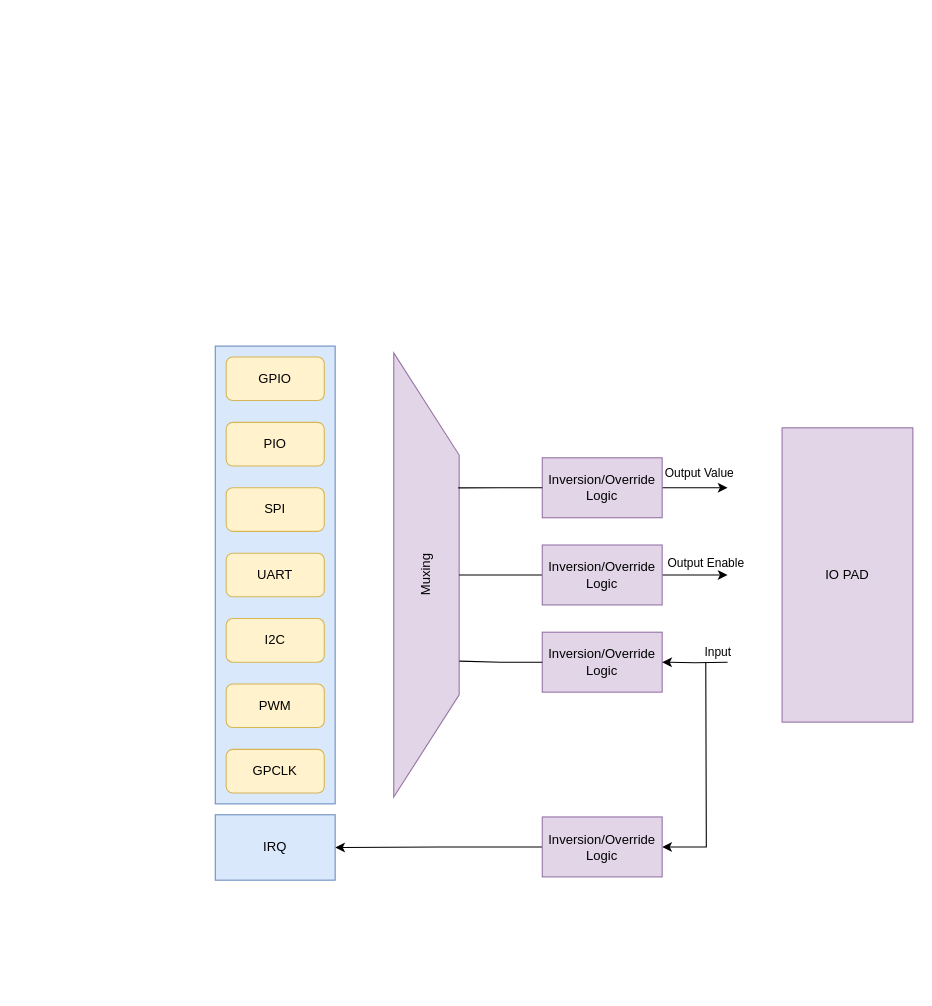
Earlier version of the draw.io diagram rp2040.drawio (f23505106/drawio). Source tidied: cells renumbered, new cells numbered last; positions are measured from the earlier drawing's top-left corner, leaving out a move shared by most shapes. Both pictures are drawn from the tidied source at 109%, with x=0, y=0 at pixel (204, 346).
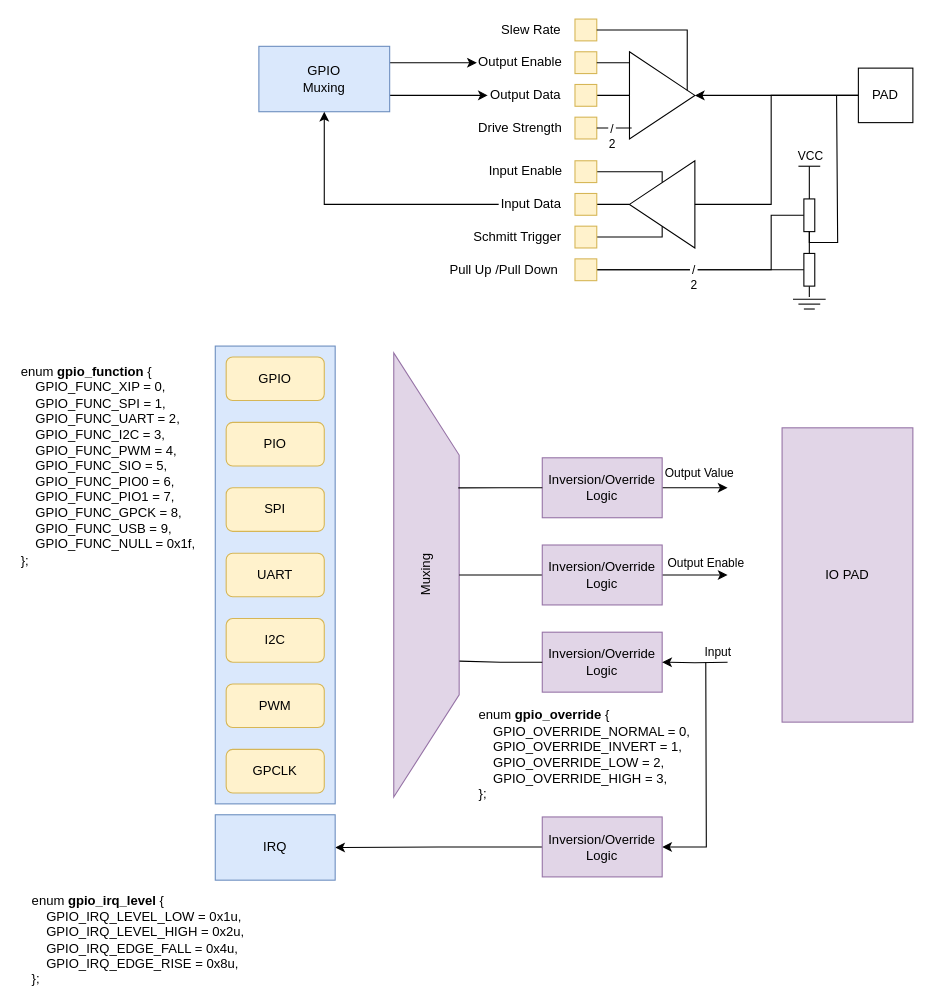
The same diagram, later.

What changed in the source:
```diff
@@
+    <mxCell id="28" value="&lt;div&gt;enum &lt;b&gt;gpio_function&lt;/b&gt; {&lt;/div&gt;&lt;div&gt;&amp;nbsp; &amp;nbsp; GPIO_FUNC_XIP = 0,&lt;/div&gt;&lt;div&gt;&amp;nbsp; &amp;nbsp; GPIO_FUNC_SPI = 1,&lt;/div&gt;&lt;div&gt;&amp;nbsp; &amp;nbsp; GPIO_FUNC_UART = 2,&lt;/div&gt;&lt;div&gt;&amp;nbsp; &amp;nbsp; GPIO_FUNC_I2C = 3,&lt;/div&gt;&lt;div&gt;&amp;nbsp; &amp;nbsp; GPIO_FUNC_PWM = 4,&lt;/div&gt;&lt;div&gt;&amp;nbsp; &amp;nbsp; GPIO_FUNC_SIO = 5,&lt;/div&gt;&lt;div&gt;&amp;nbsp; &amp;nbsp; GPIO_FUNC_PIO0 = 6,&lt;/div&gt;&lt;div&gt;&amp;nbsp; &amp;nbsp; GPIO_FUNC_PIO1 = 7,&lt;/div&gt;&lt;div&gt;&amp;nbsp; &amp;nbsp; GPIO_FUNC_GPCK = 8,&lt;/div&gt;&lt;div&gt;&amp;nbsp; &amp;nbsp; GPIO_FUNC_USB = 9,&lt;/div&gt;&lt;div&gt;&amp;nbsp; &amp;nbsp; GPIO_FUNC_NULL = 0x1f,&lt;/div&gt;&lt;div&gt;};&lt;/div&gt;" style="text;html=1;strokeColor=none;fillColor=none;align=left;verticalAlign=middle;whiteSpace=wrap;rounded=0;" parent="1" vertex="1">
+      <mxGeometry x="-170" width="170" height="220" as="geometry" />
+    </mxCell>
+    <mxCell id="29" value="&lt;div&gt;enum &lt;b&gt;gpio_irq_level&lt;/b&gt; {&lt;/div&gt;&lt;div&gt;&amp;nbsp; &amp;nbsp; GPIO_IRQ_LEVEL_LOW = 0x1u,&lt;/div&gt;&lt;div&gt;&amp;nbsp; &amp;nbsp; GPIO_IRQ_LEVEL_HIGH = 0x2u,&lt;/div&gt;&lt;div&gt;&amp;nbsp; &amp;nbsp; GPIO_IRQ_EDGE_FALL = 0x4u,&lt;/div&gt;&lt;div&gt;&amp;nbsp; &amp;nbsp; GPIO_IRQ_EDGE_RISE = 0x8u,&lt;/div&gt;&lt;div&gt;};&lt;/div&gt;" style="text;html=1;strokeColor=none;fillColor=none;align=left;verticalAlign=middle;whiteSpace=wrap;rounded=0;" parent="1" vertex="1">
+      <mxGeometry x="-160" y="530" width="200" height="30" as="geometry" />
+    </mxCell>
+    <mxCell id="30" value="&lt;div&gt;enum &lt;b&gt;gpio_override&lt;/b&gt; {&lt;/div&gt;&lt;div&gt;&amp;nbsp; &amp;nbsp; GPIO_OVERRIDE_NORMAL = 0,&lt;/div&gt;&lt;div&gt;&amp;nbsp; &amp;nbsp; GPIO_OVERRIDE_INVERT = 1,&amp;nbsp;&lt;/div&gt;&lt;div&gt;&amp;nbsp; &amp;nbsp; GPIO_OVERRIDE_LOW = 2,&lt;/div&gt;&lt;div&gt;&amp;nbsp; &amp;nbsp; GPIO_OVERRIDE_HIGH = 3,&lt;/div&gt;&lt;div style=&quot;&quot;&gt;};&lt;/div&gt;" style="text;html=1;strokeColor=none;fillColor=none;align=left;verticalAlign=middle;whiteSpace=wrap;rounded=0;" parent="1" vertex="1">
+      <mxGeometry x="250" y="340" width="210" height="70" as="geometry" />
+    </mxCell>
+    <mxCell id="31" style="edgeStyle=orthogonalEdgeStyle;rounded=0;jettySize=auto;html=1;exitX=1;exitY=0.25;exitDx=0;exitDy=0;entryX=0;entryY=0.5;entryDx=0;entryDy=0;" parent="1" edge="1" source="33" target="45">
+      <mxGeometry relative="1" as="geometry" />
+    </mxCell>
+    <mxCell id="32" style="edgeStyle=orthogonalEdgeStyle;rounded=0;jettySize=auto;html=1;exitX=1;exitY=0.75;exitDx=0;exitDy=0;entryX=0;entryY=0.5;entryDx=0;entryDy=0;" parent="1" edge="1" source="33" target="46">
+      <mxGeometry relative="1" as="geometry" />
+    </mxCell>
+    <mxCell id="33" value="GPIO&lt;br&gt;Muxing" style="rounded=0;whiteSpace=wrap;html=1;fillColor=#dae8fc;strokeColor=#6c8ebf;" parent="1" vertex="1">
+      <mxGeometry x="50" y="-275" width="120" height="60" as="geometry" />
+    </mxCell>
+    <mxCell id="34" style="triangle;whiteSpace=wrap;html=1;" parent="1" vertex="1">
+      <mxGeometry x="390" y="-270" width="60" height="80" as="geometry" />
+    </mxCell>
+    <mxCell id="35" style="rounded=0;whiteSpace=wrap;html=1;fillColor=#fff2cc;strokeColor=#d6b656;" parent="1" vertex="1">
+      <mxGeometry x="340" y="-300" width="20" height="20" as="geometry" />
+    </mxCell>
+    <mxCell id="36" style="rounded=0;whiteSpace=wrap;html=1;fillColor=#fff2cc;strokeColor=#d6b656;" parent="1" vertex="1">
+      <mxGeometry x="340" y="-270" width="20" height="20" as="geometry" />
+    </mxCell>
+    <mxCell id="37" style="edgeStyle=orthogonalEdgeStyle;rounded=0;jettySize=auto;html=1;exitX=1;exitY=0.5;exitDx=0;exitDy=0;entryX=0;entryY=0.5;entryDx=0;entryDy=0;endArrow=none;endFill=0;" parent="1" edge="1" source="38" target="34">
+      <mxGeometry relative="1" as="geometry" />
+    </mxCell>
+    <mxCell id="38" style="rounded=0;whiteSpace=wrap;html=1;fillColor=#fff2cc;strokeColor=#d6b656;" parent="1" vertex="1">
+      <mxGeometry x="340" y="-240" width="20" height="20" as="geometry" />
+    </mxCell>
+    <mxCell id="39" style="rounded=0;whiteSpace=wrap;html=1;fillColor=#fff2cc;strokeColor=#d6b656;" parent="1" vertex="1">
+      <mxGeometry x="340" y="-210" width="20" height="20" as="geometry" />
+    </mxCell>
+    <mxCell id="40" style="edgeStyle=orthogonalEdgeStyle;rounded=0;jettySize=auto;html=1;exitX=1;exitY=0.5;exitDx=0;exitDy=0;entryX=0.883;entryY=0.444;entryDx=0;entryDy=0;entryPerimeter=0;endArrow=none;endFill=0;" parent="1" edge="1" source="35" target="34">
+      <mxGeometry relative="1" as="geometry" />
+    </mxCell>
+    <mxCell id="41" style="edgeStyle=orthogonalEdgeStyle;rounded=0;jettySize=auto;html=1;exitX=1;exitY=0.5;exitDx=0;exitDy=0;entryX=0;entryY=0.131;entryDx=0;entryDy=0;entryPerimeter=0;endArrow=none;endFill=0;" parent="1" edge="1" source="36" target="34">
+      <mxGeometry relative="1" as="geometry" />
+    </mxCell>
+    <mxCell id="42" style="edgeStyle=orthogonalEdgeStyle;rounded=0;jettySize=auto;html=1;exitX=1;exitY=0.5;exitDx=0;exitDy=0;entryX=0.033;entryY=0.869;entryDx=0;entryDy=0;entryPerimeter=0;endArrow=none;endFill=0;" parent="1" edge="1" source="39" target="34">
+      <mxGeometry relative="1" as="geometry" />
+    </mxCell>
+    <mxCell id="43" value="/&lt;br&gt;2" style="edgeLabel;html=1;align=center;verticalAlign=middle;" parent="42" vertex="1">
+      <mxGeometry x="-0.2" relative="1" as="geometry">
+        <mxPoint y="7" as="offset" />
+      </mxGeometry>
+    </mxCell>
+    <mxCell id="44" value="Slew Rate" style="text;html=1;strokeColor=none;fillColor=none;align=center;verticalAlign=middle;whiteSpace=wrap;rounded=0;" parent="1" vertex="1">
+      <mxGeometry x="270" y="-300" width="60" height="20" as="geometry" />
+    </mxCell>
+    <mxCell id="45" value="Output Enable" style="text;html=1;strokeColor=none;fillColor=none;align=center;verticalAlign=middle;whiteSpace=wrap;rounded=0;" parent="1" vertex="1">
+      <mxGeometry x="250" y="-270" width="80" height="20" as="geometry" />
+    </mxCell>
+    <mxCell id="46" value="Output Data" style="text;html=1;strokeColor=none;fillColor=none;align=center;verticalAlign=middle;whiteSpace=wrap;rounded=0;" parent="1" vertex="1">
+      <mxGeometry x="260" y="-240" width="70" height="20" as="geometry" />
+    </mxCell>
+    <mxCell id="47" value="Drive Strength" style="text;html=1;strokeColor=none;fillColor=none;align=center;verticalAlign=middle;whiteSpace=wrap;rounded=0;" parent="1" vertex="1">
+      <mxGeometry x="250" y="-210" width="80" height="20" as="geometry" />
+    </mxCell>
+    <mxCell id="48" style="edgeStyle=orthogonalEdgeStyle;rounded=0;jettySize=auto;html=1;exitX=0.5;exitY=1;exitDx=0;exitDy=0;entryX=1;entryY=0.5;entryDx=0;entryDy=0;endArrow=none;endFill=0;" parent="1" edge="1" source="51" target="57">
+      <mxGeometry relative="1" as="geometry">
+        <Array as="points">
+          <mxPoint x="420" y="-160" />
+        </Array>
+      </mxGeometry>
+    </mxCell>
+    <mxCell id="49" style="edgeStyle=orthogonalEdgeStyle;rounded=0;jettySize=auto;html=1;exitX=0.5;exitY=0;exitDx=0;exitDy=0;entryX=1;entryY=0.5;entryDx=0;entryDy=0;endArrow=none;endFill=0;" parent="1" edge="1" source="51" target="55">
+      <mxGeometry relative="1" as="geometry">
+        <Array as="points">
+          <mxPoint x="420" y="-100" />
+        </Array>
+      </mxGeometry>
+    </mxCell>
+    <mxCell id="50" style="edgeStyle=orthogonalEdgeStyle;rounded=0;jettySize=auto;html=1;exitX=1;exitY=0.5;exitDx=0;exitDy=0;entryX=1;entryY=0.5;entryDx=0;entryDy=0;endArrow=none;endFill=0;" parent="1" edge="1" source="51" target="56">
+      <mxGeometry relative="1" as="geometry" />
+    </mxCell>
+    <mxCell id="51" style="triangle;whiteSpace=wrap;html=1;rotation=-180;" parent="1" vertex="1">
+      <mxGeometry x="390" y="-170" width="60" height="80" as="geometry" />
+    </mxCell>
+    <mxCell id="52" style="edgeStyle=orthogonalEdgeStyle;rounded=0;jettySize=auto;html=1;exitX=0;exitY=0.5;exitDx=0;exitDy=0;entryX=1;entryY=0.5;entryDx=0;entryDy=0;" parent="1" edge="1" source="54" target="34">
+      <mxGeometry relative="1" as="geometry" />
+    </mxCell>
+    <mxCell id="53" style="edgeStyle=orthogonalEdgeStyle;rounded=0;jettySize=auto;html=1;exitX=0;exitY=0.5;exitDx=0;exitDy=0;entryX=0;entryY=0.5;entryDx=0;entryDy=0;endArrow=none;endFill=0;" parent="1" edge="1" source="54" target="51">
+      <mxGeometry relative="1" as="geometry">
+        <Array as="points">
+          <mxPoint x="520" y="-230" />
+          <mxPoint x="520" y="-130" />
+        </Array>
+      </mxGeometry>
+    </mxCell>
+    <mxCell id="54" value="PAD" style="rounded=0;whiteSpace=wrap;html=1;" parent="1" vertex="1">
+      <mxGeometry x="600" y="-255" width="50" height="50" as="geometry" />
+    </mxCell>
+    <mxCell id="55" style="rounded=0;whiteSpace=wrap;html=1;fillColor=#fff2cc;strokeColor=#d6b656;" parent="1" vertex="1">
+      <mxGeometry x="340" y="-110" width="20" height="20" as="geometry" />
+    </mxCell>
+    <mxCell id="56" style="rounded=0;whiteSpace=wrap;html=1;fillColor=#fff2cc;strokeColor=#d6b656;" parent="1" vertex="1">
+      <mxGeometry x="340" y="-140" width="20" height="20" as="geometry" />
+    </mxCell>
+    <mxCell id="57" style="rounded=0;whiteSpace=wrap;html=1;fillColor=#fff2cc;strokeColor=#d6b656;" parent="1" vertex="1">
+      <mxGeometry x="340" y="-170" width="20" height="20" as="geometry" />
+    </mxCell>
+    <mxCell id="58" value="Schmitt Trigger" style="text;html=1;strokeColor=none;fillColor=none;align=center;verticalAlign=middle;whiteSpace=wrap;rounded=0;" parent="1" vertex="1">
+      <mxGeometry x="245" y="-110" width="85" height="20" as="geometry" />
+    </mxCell>
+    <mxCell id="59" style="edgeStyle=orthogonalEdgeStyle;rounded=0;jettySize=auto;html=1;" parent="1" edge="1" source="60" target="33">
+      <mxGeometry relative="1" as="geometry" />
+    </mxCell>
+    <mxCell id="60" value="Input Data" style="text;html=1;strokeColor=none;fillColor=none;align=center;verticalAlign=middle;whiteSpace=wrap;rounded=0;" parent="1" vertex="1">
+      <mxGeometry x="270" y="-140" width="60" height="20" as="geometry" />
+    </mxCell>
+    <mxCell id="61" value="Input Enable" style="text;html=1;strokeColor=none;fillColor=none;align=center;verticalAlign=middle;whiteSpace=wrap;rounded=0;" parent="1" vertex="1">
+      <mxGeometry x="260" y="-170" width="70" height="20" as="geometry" />
+    </mxCell>
+    <mxCell id="62" style="edgeStyle=orthogonalEdgeStyle;rounded=0;jettySize=auto;html=1;exitX=1;exitY=0.5;exitDx=0;exitDy=0;entryX=0;entryY=0.5;entryDx=0;entryDy=0;endArrow=none;endFill=0;" parent="1" edge="1" source="65" target="69">
+      <mxGeometry relative="1" as="geometry" />
+    </mxCell>
+    <mxCell id="63" style="edgeStyle=orthogonalEdgeStyle;rounded=0;jettySize=auto;html=1;exitX=1;exitY=0.5;exitDx=0;exitDy=0;entryX=0;entryY=0.5;entryDx=0;entryDy=0;endArrow=none;endFill=0;" parent="1" edge="1" source="65" target="76">
+      <mxGeometry relative="1" as="geometry">
+        <Array as="points">
+          <mxPoint x="520" y="-70" />
+          <mxPoint x="520" y="-120" />
+        </Array>
+      </mxGeometry>
+    </mxCell>
+    <mxCell id="64" value="/&lt;br&gt;2" style="edgeLabel;html=1;align=center;verticalAlign=middle;" parent="63" vertex="1">
+      <mxGeometry x="-0.27" relative="1" as="geometry">
+        <mxPoint y="6" as="offset" />
+      </mxGeometry>
+    </mxCell>
+    <mxCell id="65" style="rounded=0;whiteSpace=wrap;html=1;fillColor=#fff2cc;strokeColor=#d6b656;" parent="1" vertex="1">
+      <mxGeometry x="340" y="-80" width="20" height="20" as="geometry" />
+    </mxCell>
+    <mxCell id="66" value="Pull Up /Pull Down" style="text;html=1;strokeColor=none;fillColor=none;align=center;verticalAlign=middle;whiteSpace=wrap;rounded=0;" parent="1" vertex="1">
+      <mxGeometry x="220" y="-80" width="110" height="20" as="geometry" />
+    </mxCell>
+    <mxCell id="67" style="edgeStyle=orthogonalEdgeStyle;rounded=0;jettySize=auto;html=1;exitX=0.5;exitY=0;exitDx=0;exitDy=0;entryX=0.5;entryY=1;entryDx=0;entryDy=0;endArrow=none;endFill=0;" parent="1" edge="1" source="69" target="76">
+      <mxGeometry relative="1" as="geometry" />
+    </mxCell>
+    <mxCell id="68" style="edgeStyle=orthogonalEdgeStyle;rounded=0;jettySize=auto;html=1;exitX=0.5;exitY=1;exitDx=0;exitDy=0;endArrow=none;endFill=0;" parent="1" edge="1" source="69">
+      <mxGeometry relative="1" as="geometry">
+        <mxPoint x="555" y="-45" as="targetPoint" />
+      </mxGeometry>
+    </mxCell>
+    <mxCell id="69" style="rounded=0;whiteSpace=wrap;html=1;" parent="1" vertex="1">
+      <mxGeometry x="550" y="-85" width="10" height="30" as="geometry" />
+    </mxCell>
+    <mxCell id="70" style="group;flipV=1;" parent="1" vertex="1">
+      <mxGeometry x="540" y="-43" width="30" height="9" as="geometry" />
+    </mxCell>
+    <mxCell id="71" style="endArrow=none;html=1;rounded=0;" parent="70" edge="1">
+      <mxGeometry relative="1" as="geometry">
+        <mxPoint x="20" y="9" as="sourcePoint" />
+        <mxPoint x="10" y="9" as="targetPoint" />
+      </mxGeometry>
+    </mxCell>
+    <mxCell id="72" style="endArrow=none;html=1;rounded=0;" parent="70" edge="1">
+      <mxGeometry relative="1" as="geometry">
+        <mxPoint x="25" y="4.5" as="sourcePoint" />
+        <mxPoint x="5" y="4.5" as="targetPoint" />
+      </mxGeometry>
+    </mxCell>
+    <mxCell id="73" style="endArrow=none;html=1;rounded=0;" parent="70" edge="1">
+      <mxGeometry relative="1" as="geometry">
+        <mxPoint x="30" as="sourcePoint" />
+        <mxPoint as="targetPoint" />
+      </mxGeometry>
+    </mxCell>
+    <mxCell id="74" style="edgeStyle=orthogonalEdgeStyle;rounded=0;orthogonalLoop=1;jettySize=auto;html=1;exitX=0.5;exitY=1;exitDx=0;exitDy=0;endArrow=none;endFill=0;" parent="1" edge="1">
+      <mxGeometry relative="1" as="geometry">
+        <mxPoint x="555" y="-110" as="sourcePoint" />
+        <mxPoint x="580" y="-230" as="targetPoint" />
+        <Array as="points">
+          <mxPoint x="555" y="-95" />
+          <mxPoint x="581" y="-95" />
+        </Array>
+      </mxGeometry>
+    </mxCell>
+    <mxCell id="75" style="edgeStyle=orthogonalEdgeStyle;rounded=0;jettySize=auto;html=1;exitX=0.5;exitY=0;exitDx=0;exitDy=0;endArrow=none;endFill=0;" parent="1" edge="1" source="76">
+      <mxGeometry relative="1" as="geometry">
+        <mxPoint x="555" y="-165" as="targetPoint" />
+      </mxGeometry>
+    </mxCell>
+    <mxCell id="76" style="rounded=0;whiteSpace=wrap;html=1;" parent="1" vertex="1">
+      <mxGeometry x="550" y="-135" width="10" height="30" as="geometry" />
+    </mxCell>
+    <mxCell id="77" style="endArrow=none;html=1;rounded=0;" parent="1" edge="1">
+      <mxGeometry relative="1" as="geometry">
+        <mxPoint x="545" y="-165" as="sourcePoint" />
+        <mxPoint x="565" y="-165" as="targetPoint" />
+      </mxGeometry>
+    </mxCell>
+    <mxCell id="78" value="VCC&lt;br&gt;" style="edgeLabel;html=1;align=center;verticalAlign=middle;" parent="77" vertex="1">
+      <mxGeometry x="0.2" y="1" relative="1" as="geometry">
+        <mxPoint x="-2" y="-9" as="offset" />
+      </mxGeometry>
+    </mxCell>
```
